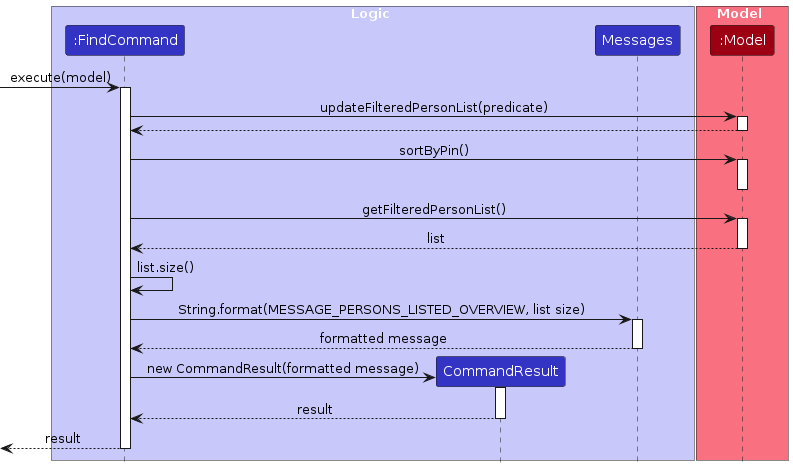
AY2425-CS2103T-T09-4/tp keeps this PlantUML diagram as diagrams/FindExecuteSequenceDiagram.png. Above is the earlier version. Its source is kept beside it as diagrams/FindExecuteSequenceDiagram.puml. Source of this version:
```plantuml
@startuml
!include style.puml
skinparam ArrowFontStyle plain

box Logic LOGIC_COLOR_T1
participant ":FindCommand" as FindCommand LOGIC_COLOR
participant "CommandResult" as CommandResult LOGIC_COLOR
participant "Messages" as Messages LOGIC_COLOR
end box

box Model MODEL_COLOR_T1
participant ":Model" as Model MODEL_COLOR
end box


[-> FindCommand : execute(model)
activate FindCommand

FindCommand -> Model : updateFilteredPersonList(predicate)
activate Model
Model --> FindCommand
deactivate Model

FindCommand -> Model : sortByPin()
activate Model
deactivate Model

FindCommand -> Model : getFilteredPersonList()
activate Model
Model --> FindCommand : list
deactivate Model

FindCommand -> FindCommand : list.size()

FindCommand -> Messages : String.format(MESSAGE_PERSONS_LISTED_OVERVIEW, list size)
activate Messages
Messages --> FindCommand : formatted message
deactivate Messages

create CommandResult
FindCommand -> CommandResult : new CommandResult(formatted message)
activate CommandResult
CommandResult --> FindCommand : result
deactivate CommandResult

[<-- FindCommand : result
deactivate FindCommand

@enduml
```
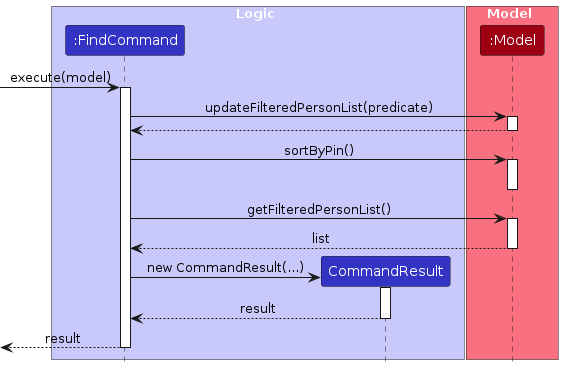
After the change.

What changed in the source:
```diff
@@ -5,7 +5,6 @@
 box Logic LOGIC_COLOR_T1
 participant ":FindCommand" as FindCommand LOGIC_COLOR
 participant "CommandResult" as CommandResult LOGIC_COLOR
-participant "Messages" as Messages LOGIC_COLOR
 end box
 
 box Model MODEL_COLOR_T1
@@ -30,15 +29,8 @@
 Model --> FindCommand : list
 deactivate Model
 
-FindCommand -> FindCommand : list.size()
-
-FindCommand -> Messages : String.format(MESSAGE_PERSONS_LISTED_OVERVIEW, list size)
-activate Messages
-Messages --> FindCommand : formatted message
-deactivate Messages
-
 create CommandResult
-FindCommand -> CommandResult : new CommandResult(formatted message)
+FindCommand -> CommandResult : new CommandResult(...)
 activate CommandResult
 CommandResult --> FindCommand : result
 deactivate CommandResult
```
